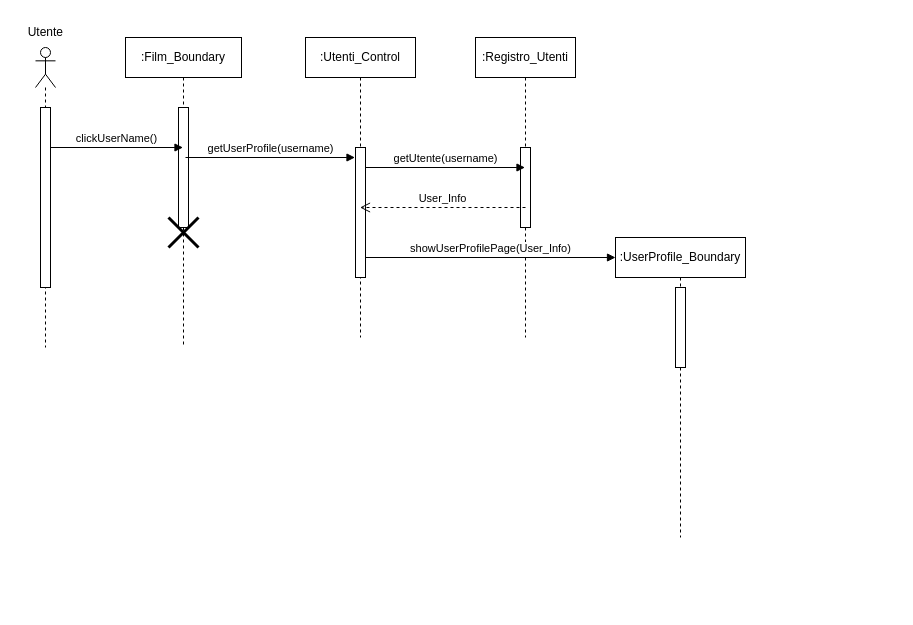
Earlier version of the draw.io diagram New Diagrams/Sequence Diagrams/UC06 Visualizzazione di un profilo utente.drawio (superfra01/Rated). Source tidied: cells renumbered, new cells numbered last; positions are measured from the earlier drawing's top-left corner, leaving out a move shared by most shapes. Both pictures are drawn from the tidied source at 100%, with x=0, y=0 at pixel (17, 17).
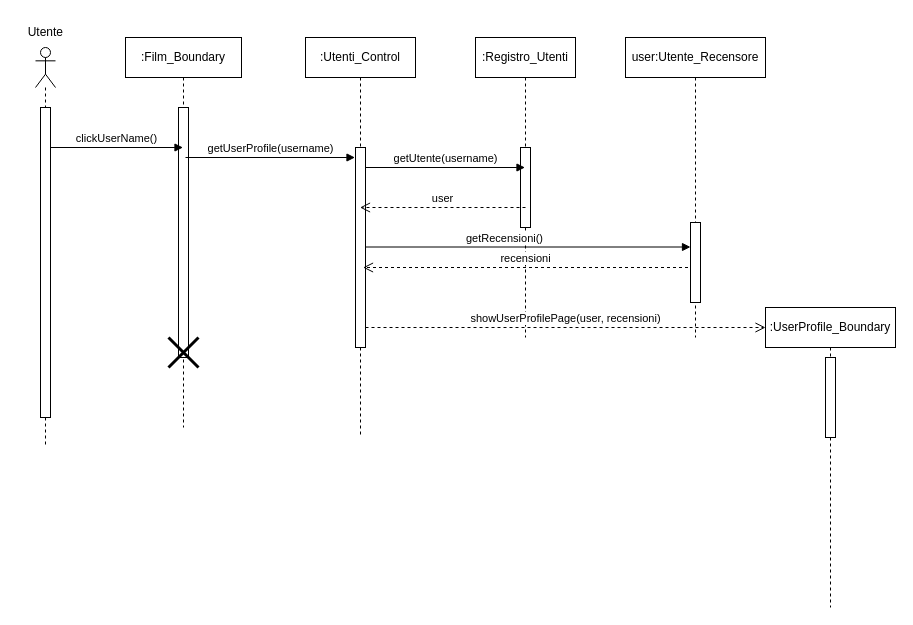
After the change.

The edit, as a diff of the source:
```diff
@@
     <mxCell id="2" style="shape=umlLifeline;perimeter=lifelinePerimeter;whiteSpace=wrap;html=1;newEdgeStyle={&quot;curved&quot;:0,&quot;rounded&quot;:0};participant=umlActor;" parent="1" vertex="1">
-      <mxGeometry x="18" y="30" width="20" height="300" as="geometry" />
+      <mxGeometry x="18" y="30" width="20" height="400" as="geometry" />
     </mxCell>
     <mxCell id="3" style="html=1;perimeter=orthogonalPerimeter;targetShapes=umlLifeline;newEdgeStyle={&quot;curved&quot;:0,&quot;rounded&quot;:0};" parent="2" vertex="1">
-      <mxGeometry x="5" y="60" width="10" height="180" as="geometry" />
+      <mxGeometry x="5" y="60" width="10" height="310" as="geometry" />
     </mxCell>
     <mxCell id="4" value=":Film_Boundary" style="shape=umlLifeline;perimeter=lifelinePerimeter;whiteSpace=wrap;html=1;newEdgeStyle={&quot;curved&quot;:0,&quot;rounded&quot;:0};" parent="1" vertex="1">
-      <mxGeometry x="108" y="20" width="116" height="310" as="geometry" />
+      <mxGeometry x="108" y="20" width="116" height="390" as="geometry" />
     </mxCell>
     <mxCell id="5" style="html=1;perimeter=orthogonalPerimeter;targetShapes=umlLifeline;newEdgeStyle={&quot;curved&quot;:0,&quot;rounded&quot;:0};" parent="4" vertex="1">
-      <mxGeometry x="53" y="70" width="10" height="120" as="geometry" />
+      <mxGeometry x="53" y="70" width="10" height="250" as="geometry" />
     </mxCell>
     <mxCell id="6" style="shape=umlDestroy;whiteSpace=wrap;html=1;strokeWidth=3;targetShapes=umlLifeline;" parent="4" vertex="1">
-      <mxGeometry x="43" y="180" width="30" height="30" as="geometry" />
+      <mxGeometry x="43" y="300" width="30" height="30" as="geometry" />
     </mxCell>
@@
     <mxCell id="8" value=":Utenti_Control" style="shape=umlLifeline;perimeter=lifelinePerimeter;whiteSpace=wrap;html=1;outlineConnect=0;portConstraint=eastwest;newEdgeStyle={&quot;curved&quot;:0,&quot;rounded&quot;:0};" parent="1" vertex="1">
-      <mxGeometry x="288" y="20" width="110" height="300" as="geometry" />
+      <mxGeometry x="288" y="20" width="110" height="400" as="geometry" />
     </mxCell>
     <mxCell id="9" style="html=1;perimeter=orthogonalPerimeter;targetShapes=umlLifeline;newEdgeStyle={&quot;curved&quot;:0,&quot;rounded&quot;:0};" parent="8" vertex="1">
-      <mxGeometry x="50" y="110" width="10" height="130" as="geometry" />
+      <mxGeometry x="50" y="110" width="10" height="200" as="geometry" />
     </mxCell>
@@
-    <mxCell id="14" value="User_Info" style="html=1;verticalAlign=bottom;endArrow=open;dashed=1;endSize=8;curved=0;rounded=0;" parent="1" edge="1" target="8">
+    <mxCell id="14" value="user" style="html=1;verticalAlign=bottom;endArrow=open;dashed=1;endSize=8;curved=0;rounded=0;" parent="1" edge="1" target="8">
       <mxGeometry relative="1" as="geometry">
         <mxPoint x="508" y="190" as="sourcePoint" />
       </mxGeometry>
     </mxCell>
-    <mxCell id="15" value="showUserProfilePage(User_Info)" style="html=1;verticalAlign=bottom;endArrow=block;curved=0;rounded=0;" parent="1" edge="1">
-      <mxGeometry relative="1" as="geometry">
-        <mxPoint x="348" y="240" as="sourcePoint" />
-        <mxPoint x="598" y="240" as="targetPoint" />
-      </mxGeometry>
-    </mxCell>
     <mxCell id="16" value=":UserProfile_Boundary" style="shape=umlLifeline;perimeter=lifelinePerimeter;whiteSpace=wrap;html=1;newEdgeStyle={&quot;curved&quot;:0,&quot;rounded&quot;:0};" parent="1" vertex="1">
-      <mxGeometry x="598" y="220" width="130" height="300" as="geometry" />
+      <mxGeometry x="748" y="290" width="130" height="300" as="geometry" />
     </mxCell>
@@
+    <mxCell id="19" value="user:Utente_Recensore" style="shape=umlLifeline;perimeter=lifelinePerimeter;whiteSpace=wrap;html=1;newEdgeStyle={&quot;curved&quot;:0,&quot;rounded&quot;:0};" parent="1" vertex="1">
+      <mxGeometry x="608" y="20" width="140" height="300" as="geometry" />
+    </mxCell>
+    <mxCell id="20" style="html=1;perimeter=orthogonalPerimeter;targetShapes=umlLifeline;newEdgeStyle={&quot;curved&quot;:0,&quot;rounded&quot;:0};" parent="19" vertex="1">
+      <mxGeometry x="65" y="185" width="10" height="80" as="geometry" />
+    </mxCell>
+    <mxCell id="21" style="html=1;verticalAlign=bottom;endArrow=block;curved=0;rounded=0;" parent="1" edge="1">
+      <mxGeometry relative="1" as="geometry">
+        <mxPoint x="348" y="229.5" as="sourcePoint" />
+        <mxPoint x="673" y="229.5" as="targetPoint" />
+      </mxGeometry>
+    </mxCell>
+    <mxCell id="22" value="getRecensioni()" style="edgeLabel;html=1;align=center;verticalAlign=middle;" parent="21" vertex="1">
+      <mxGeometry x="-0.12" y="-1" relative="1" as="geometry">
+        <mxPoint x="-5" y="-10" as="offset" />
+      </mxGeometry>
+    </mxCell>
+    <mxCell id="23" value="recensioni" style="html=1;verticalAlign=bottom;endArrow=open;dashed=1;endSize=8;curved=0;rounded=0;" parent="1" edge="1">
+      <mxGeometry relative="1" as="geometry">
+        <mxPoint x="670.5" y="250" as="sourcePoint" />
+        <mxPoint x="345.5" y="250" as="targetPoint" />
+      </mxGeometry>
+    </mxCell>
+    <mxCell id="24" value="showUserProfilePage(user, recensioni)" style="html=1;verticalAlign=bottom;endArrow=open;dashed=1;endSize=8;curved=0;rounded=0;" parent="1" edge="1">
+      <mxGeometry relative="1" as="geometry">
+        <mxPoint x="348" y="310" as="sourcePoint" />
+        <mxPoint x="748" y="310" as="targetPoint" />
+      </mxGeometry>
+    </mxCell>
```
